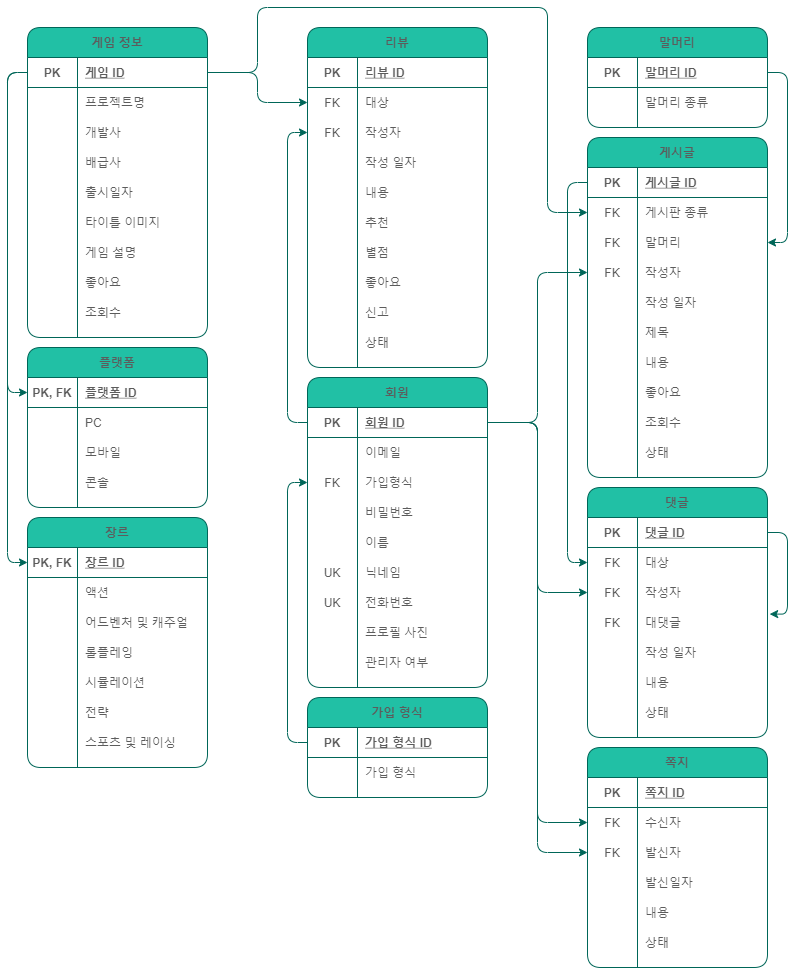
This is MIMIC-ERD.drawio.png from Bolgasaliee/SZ.SecondFinal-Database, a draw.io export, as it was before one commit. Source tidied: cells renumbered, new cells last; positions are measured from the earlier drawing's top-left corner, leaving out a move shared by most shapes.
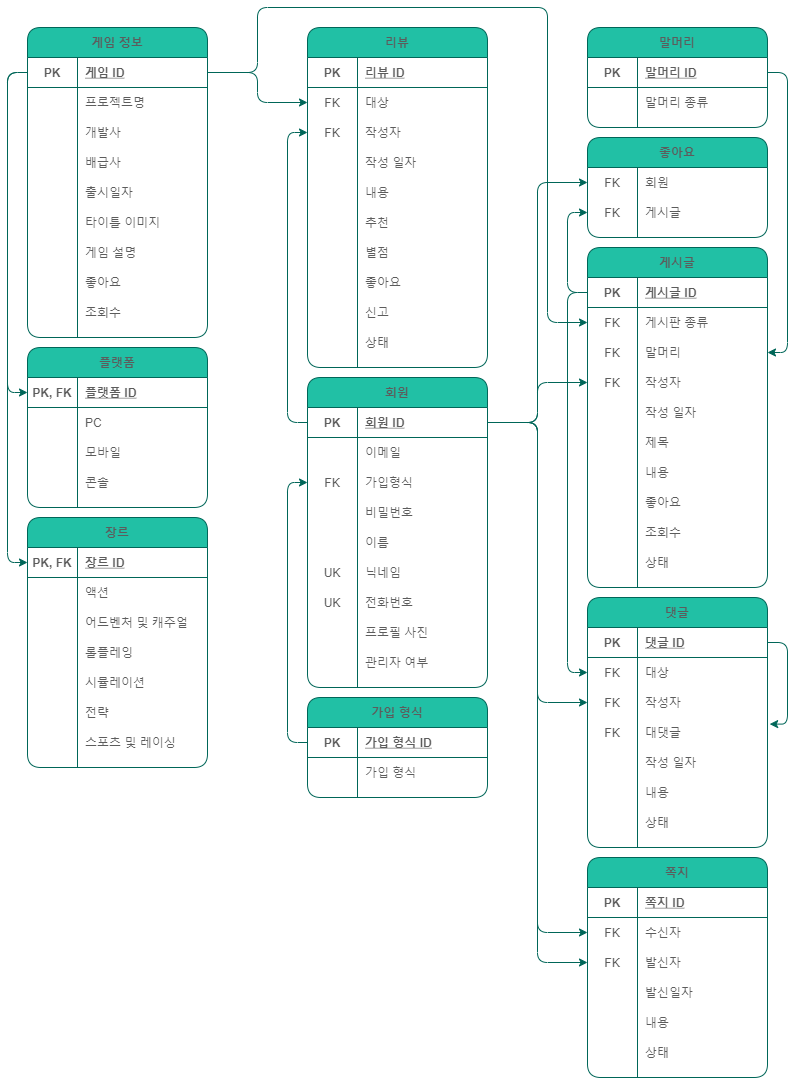
The same diagram one commit later.

Diff of the diagram source:
```diff
@@ -87,7 +87,7 @@
       <mxGeometry x="50" width="130" height="30" as="geometry" />
     </mxCell>
     <mxCell id="30" value="게시글" style="shape=table;startSize=30;rowLines=0;fontStyle=1;align=center;fillColor=#21C0A5;strokeColor=#006658;fontColor=#5C5C5C;rounded=1;" parent="1" vertex="1">
-      <mxGeometry x="560" y="130" width="180" height="340" as="geometry" />
+      <mxGeometry x="560" y="240" width="180" height="340" as="geometry" />
     </mxCell>
     <mxCell id="31" style="shape=partialRectangle;fillColor=none;top=0;left=0;bottom=1;right=0;points=[[0,0.5],[1,0.5]];portConstraint=eastwest;strokeColor=#006658;fontColor=#5C5C5C;rounded=1;" parent="30" vertex="1">
       <mxGeometry y="30" width="180" height="30" as="geometry" />
@@ -180,7 +180,7 @@
       <mxGeometry x="50" width="130" height="30" as="geometry" />
     </mxCell>
     <mxCell id="61" value="댓글" style="shape=table;startSize=30;rowLines=0;fontStyle=1;align=center;fillColor=#21C0A5;strokeColor=#006658;fontColor=#5C5C5C;rounded=1;" parent="1" vertex="1">
-      <mxGeometry x="560" y="480" width="180" height="250" as="geometry" />
+      <mxGeometry x="560" y="590" width="180" height="250" as="geometry" />
     </mxCell>
     <mxCell id="62" style="edgeStyle=orthogonalEdgeStyle;curved=0;sketch=0;jettySize=auto;html=1;exitX=1;exitY=0.5;exitDx=0;exitDy=0;entryX=1.012;entryY=0.22;entryDx=0;entryDy=0;fontColor=#5C5C5C;strokeColor=#006658;fillColor=#21C0A5;entryPerimeter=0;" parent="61" edge="1" source="63" target="72">
       <mxGeometry relative="1" as="geometry" />
@@ -617,12 +617,12 @@
           <mxPoint x="230" y="65" />
           <mxPoint x="230" />
           <mxPoint x="520" />
-          <mxPoint x="520" y="205" />
+          <mxPoint x="520" y="315" />
         </Array>
       </mxGeometry>
     </mxCell>
     <mxCell id="204" value="쪽지" style="shape=table;startSize=30;rowLines=0;fontStyle=1;align=center;fillColor=#21C0A5;strokeColor=#006658;fontColor=#5C5C5C;rounded=1;" parent="1" vertex="1">
-      <mxGeometry x="560" y="740" width="180" height="220" as="geometry" />
+      <mxGeometry x="560" y="850" width="180" height="220" as="geometry" />
     </mxCell>
     <mxCell id="205" style="shape=partialRectangle;fillColor=none;top=0;left=0;bottom=1;right=0;strokeColor=#006658;fontColor=#5C5C5C;rounded=1;" parent="204" vertex="1">
       <mxGeometry y="30" width="180" height="30" as="geometry" />
@@ -687,5 +687,32 @@
     <mxCell id="225" style="edgeStyle=orthogonalEdgeStyle;jettySize=auto;html=1;exitX=1;exitY=0.5;exitDx=0;exitDy=0;entryX=0;entryY=0.5;entryDx=0;entryDy=0;strokeColor=#006658;fontColor=#5C5C5C;" parent="1" edge="1" source="3" target="211">
       <mxGeometry relative="1" as="geometry" />
     </mxCell>
+    <mxCell id="226" value="좋아요" style="shape=table;startSize=30;rowLines=0;fontStyle=1;align=center;fillColor=#21C0A5;strokeColor=#006658;fontColor=#5C5C5C;rounded=1;" parent="1" vertex="1">
+      <mxGeometry x="560" y="130" width="180" height="100" as="geometry" />
+    </mxCell>
+    <mxCell id="227" style="shape=partialRectangle;fillColor=none;top=0;left=0;bottom=0;right=0;points=[[0,0.5],[1,0.5]];portConstraint=eastwest;strokeColor=#006658;fontColor=#5C5C5C;rounded=1;" parent="226" vertex="1">
+      <mxGeometry y="30" width="180" height="30" as="geometry" />
+    </mxCell>
+    <mxCell id="228" value="FK" style="shape=partialRectangle;fillColor=none;top=0;left=0;bottom=0;right=0;overflow=hidden;strokeColor=#006658;fontColor=#5C5C5C;rounded=1;" parent="227" vertex="1">
+      <mxGeometry width="50" height="30" as="geometry" />
+    </mxCell>
+    <mxCell id="229" value="회원" style="shape=partialRectangle;fillColor=none;top=0;left=0;bottom=0;right=0;align=left;spacingLeft=6;overflow=hidden;strokeColor=#006658;fontColor=#5C5C5C;rounded=1;" parent="227" vertex="1">
+      <mxGeometry x="50" width="130" height="30" as="geometry" />
+    </mxCell>
+    <mxCell id="230" style="shape=partialRectangle;fillColor=none;top=0;left=0;bottom=0;right=0;points=[[0,0.5],[1,0.5]];portConstraint=eastwest;strokeColor=#006658;fontColor=#5C5C5C;rounded=1;" parent="226" vertex="1">
+      <mxGeometry y="60" width="180" height="30" as="geometry" />
+    </mxCell>
+    <mxCell id="231" value="FK" style="shape=partialRectangle;fillColor=none;top=0;left=0;bottom=0;right=0;overflow=hidden;strokeColor=#006658;fontColor=#5C5C5C;rounded=1;" parent="230" vertex="1">
+      <mxGeometry width="50" height="30" as="geometry" />
+    </mxCell>
+    <mxCell id="232" value="게시글" style="shape=partialRectangle;fillColor=none;top=0;left=0;bottom=0;right=0;align=left;spacingLeft=6;overflow=hidden;strokeColor=#006658;fontColor=#5C5C5C;rounded=1;" parent="230" vertex="1">
+      <mxGeometry x="50" width="130" height="30" as="geometry" />
+    </mxCell>
+    <mxCell id="233" style="edgeStyle=orthogonalEdgeStyle;jettySize=auto;html=1;exitX=1;exitY=0.5;exitDx=0;exitDy=0;entryX=0;entryY=0.5;entryDx=0;entryDy=0;strokeColor=#006658;fontColor=#5C5C5C;" parent="1" edge="1" source="3" target="227">
+      <mxGeometry relative="1" as="geometry" />
+    </mxCell>
+    <mxCell id="234" style="edgeStyle=orthogonalEdgeStyle;jettySize=auto;html=1;exitX=0;exitY=0.5;exitDx=0;exitDy=0;entryX=0;entryY=0.5;entryDx=0;entryDy=0;strokeColor=#006658;fontColor=#5C5C5C;" parent="1" edge="1" source="31" target="230">
+      <mxGeometry relative="1" as="geometry" />
+    </mxCell>
   </root>
 </mxGraphModel>
```
